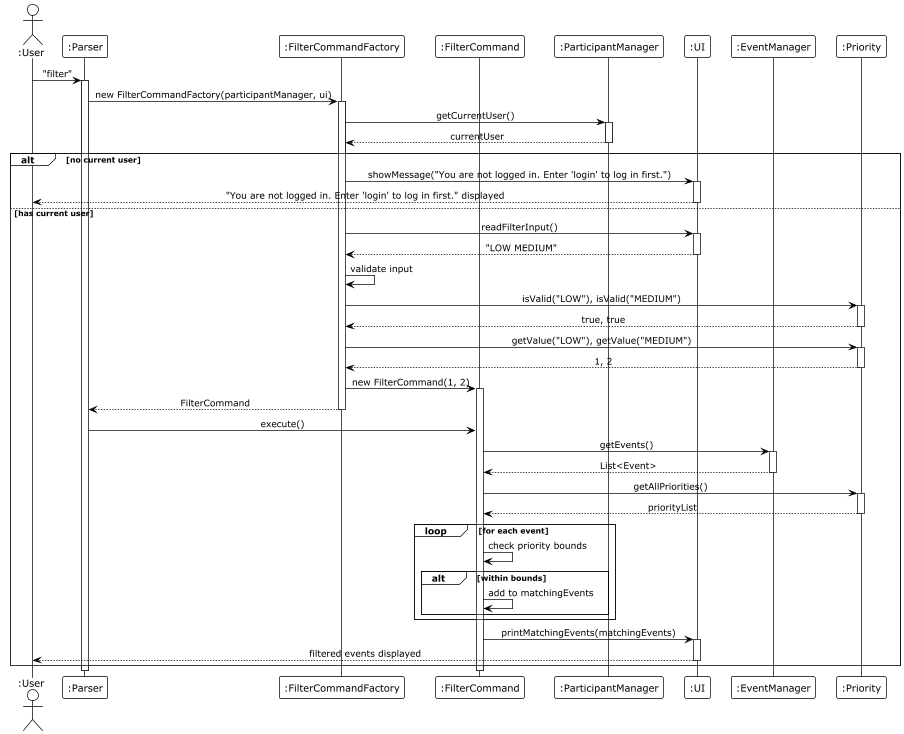
This is docs/graph/FilterEvent/FilterEvent.png from AY2425S2-CS2113-W13-2/tp, a PlantUML export, as it was before one commit.
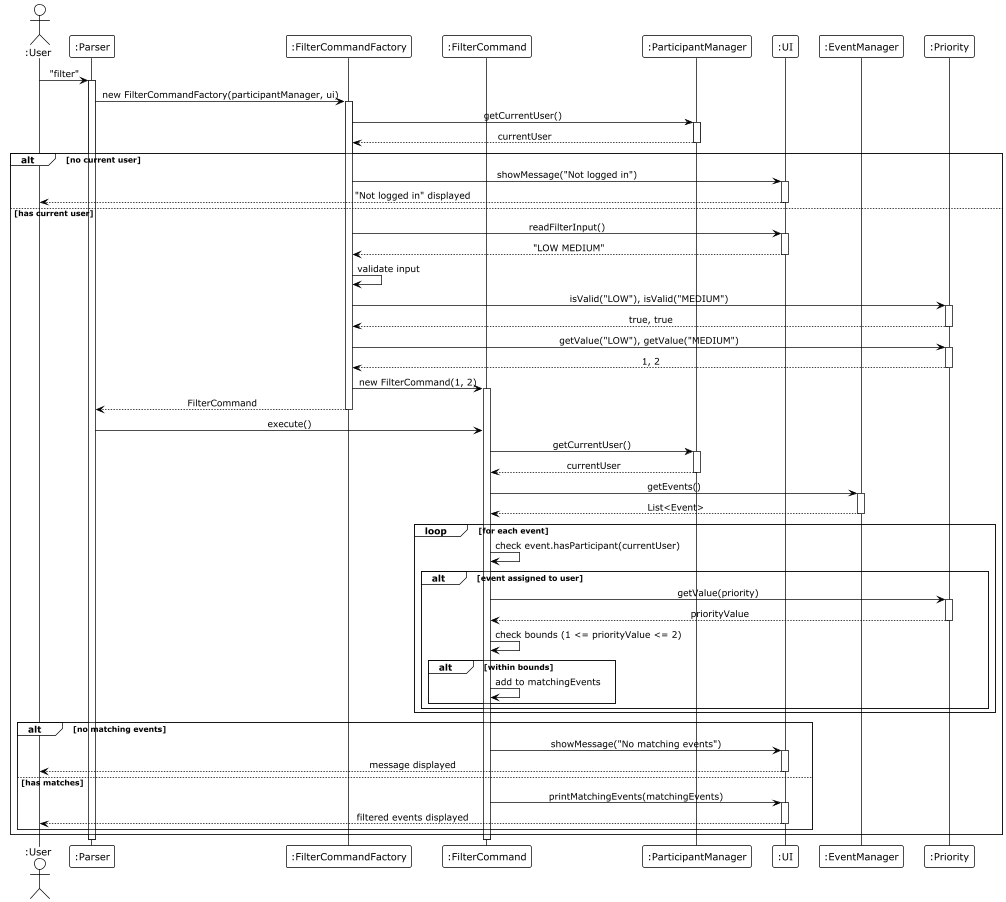
Above is the later version.

Change to the diagram source:
```diff
@@ -24,9 +24,9 @@
 deactivate ParticipantManager
 
 alt no current user
-    CommandFactory -> UI : showMessage("You are not logged in. Enter 'login' to log in first.")
+    CommandFactory -> UI : showMessage("Not logged in")
     activate UI
-    UI --> User : "You are not logged in. Enter 'login' to log in first." displayed
+    UI --> User : "Not logged in" displayed
     deactivate UI
 else has current user
     CommandFactory -> UI : readFilterInput()
@@ -51,27 +51,41 @@
     deactivate CommandFactory
     Parser -> Command : execute()
 
+    Command -> ParticipantManager : getCurrentUser()
+    activate ParticipantManager
+    ParticipantManager --> Command : currentUser
+    deactivate ParticipantManager
+
     Command -> EventManager : getEvents()
     activate EventManager
     EventManager --> Command : List<Event>
     deactivate EventManager
 
-    Command -> Priority : getAllPriorities()
-    activate Priority
-    Priority --> Command : priorityList
-    deactivate Priority
-
     loop for each event
-        Command -> Command : check priority bounds
-        alt within bounds
-            Command -> Command : add to matchingEvents
+        Command -> Command : check event.hasParticipant(currentUser)
+        alt event assigned to user
+            Command -> Priority : getValue(priority)
+            activate Priority
+            Priority --> Command : priorityValue
+            deactivate Priority
+            Command -> Command : check bounds (1 <= priorityValue <= 2)
+            alt within bounds
+                Command -> Command : add to matchingEvents
+            end
         end
     end
 
-    Command -> UI : printMatchingEvents(matchingEvents)
-    activate UI
-    UI --> User : filtered events displayed
-    deactivate UI
+    alt no matching events
+        Command -> UI : showMessage("No matching events")
+        activate UI
+        UI --> User : message displayed
+        deactivate UI
+    else has matches
+        Command -> UI : printMatchingEvents(matchingEvents)
+        activate UI
+        UI --> User : filtered events displayed
+        deactivate UI
+    end
 end
 
 deactivate Command
```
